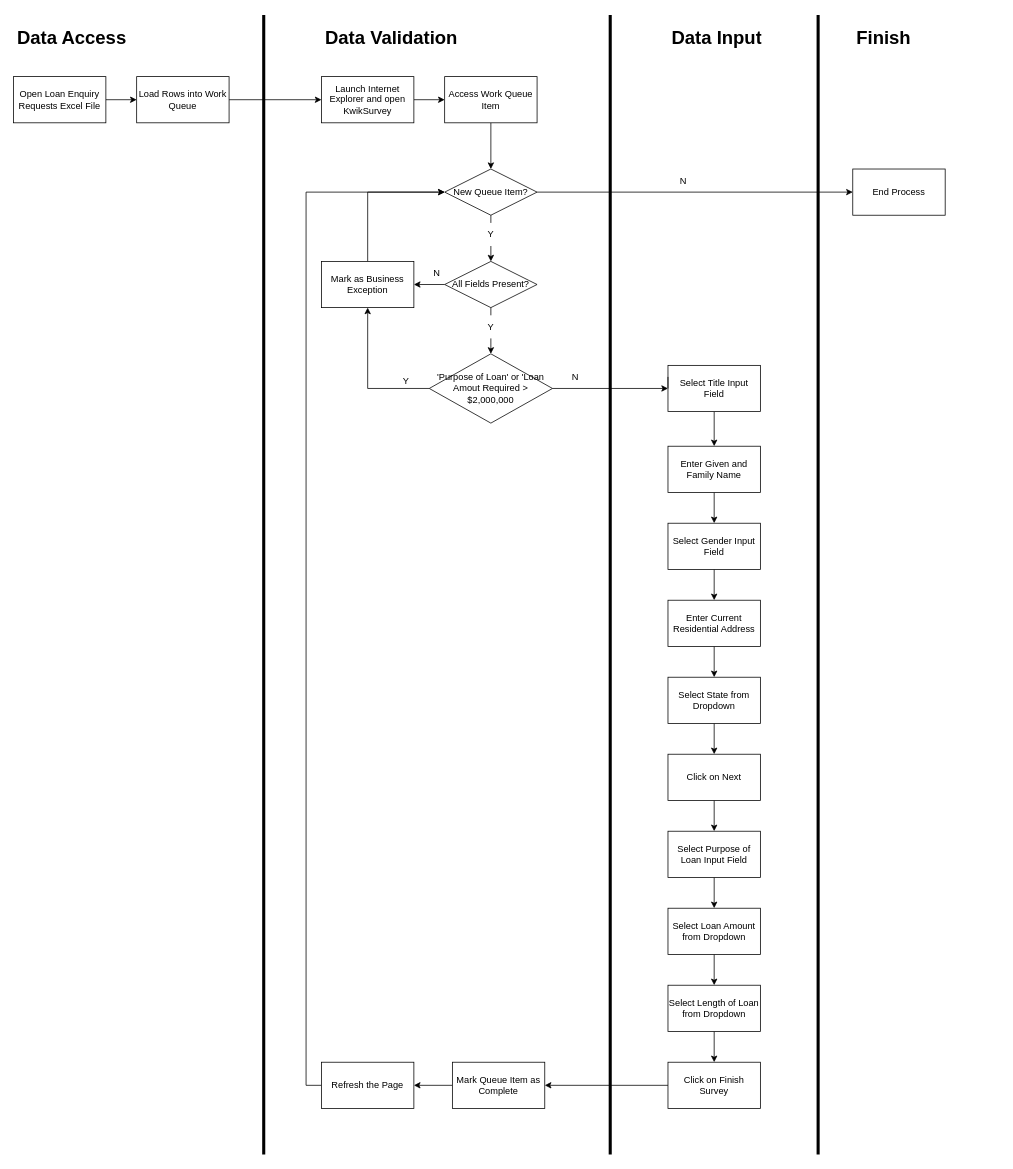
Before: goldward_pdd.drawio in Read-Jake/Read-Jake, a draw.io diagram. Source tidied: cells renumbered, new cells numbered last; positions are measured from the earlier drawing's top-left corner, leaving out a move shared by most shapes. Both pictures are drawn from the tidied source at 77%, with x=0, y=0 at pixel (13, 15).
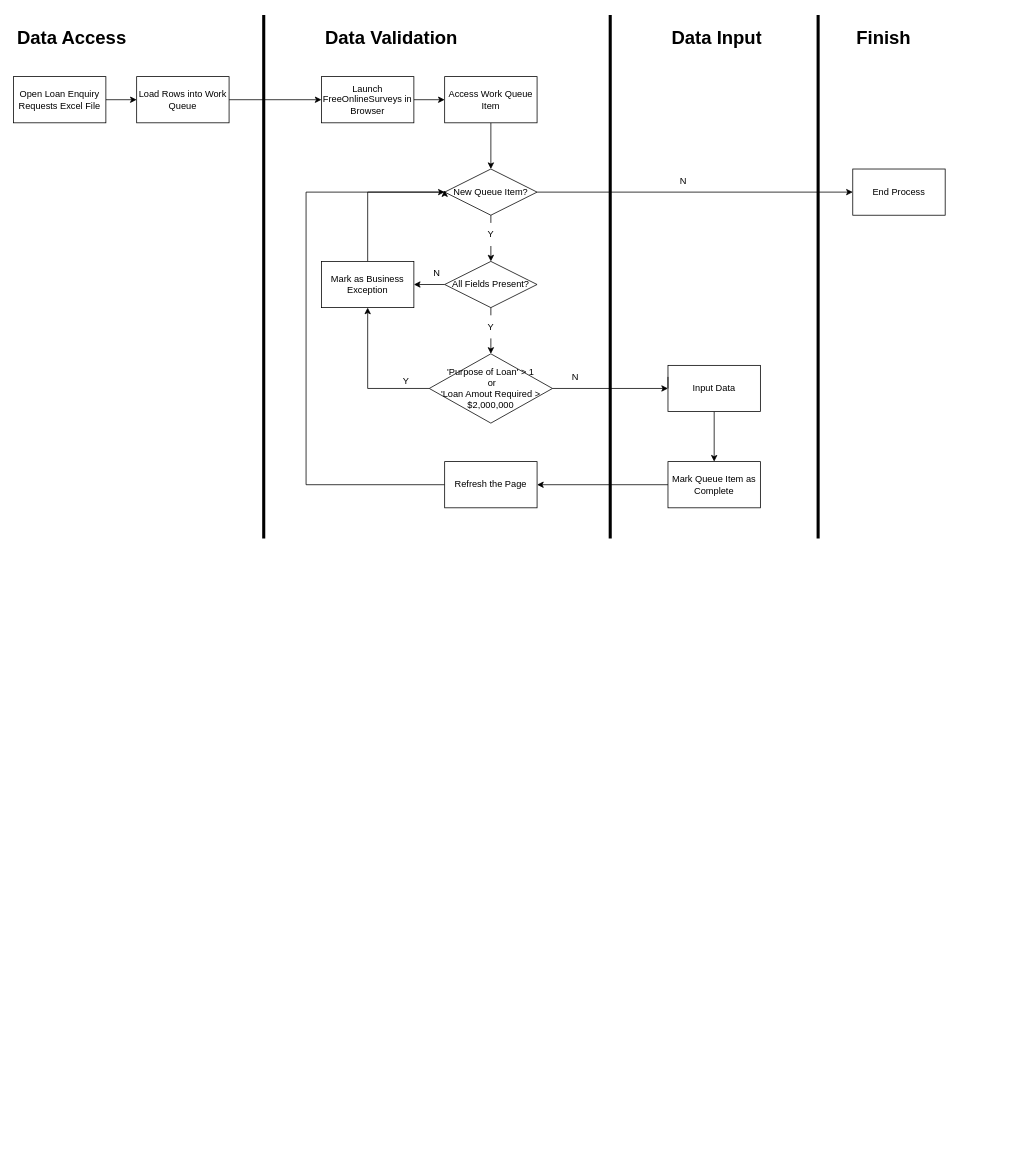
Above is the later version.

Unchanged cells that the change refers to:
```xml
<mxCell id="13" value="New Queue Item?" style="rhombus;whiteSpace=wrap;html=1;" parent="1" vertex="1">
  <mxGeometry x="560" y="200" width="120" height="60" as="geometry" />
</mxCell>
```

Change to the diagram source:
```diff
@@
-    <mxCell id="8" value="Launch Internet Explorer and open KwikSurvey" style="rounded=0;whiteSpace=wrap;html=1;" parent="1" vertex="1">
+    <mxCell id="8" value="Launch FreeOnlineSurveys in Browser" style="rounded=0;whiteSpace=wrap;html=1;" parent="1" vertex="1">
       <mxGeometry x="400" y="80" width="120" height="60" as="geometry" />
     </mxCell>
@@
-    <mxCell id="23" value="'Purpose of Loan' or 'Loan Amout Required &amp;gt; $2,000,000" style="rhombus;whiteSpace=wrap;html=1;" parent="1" vertex="1">
+    <mxCell id="23" value="'Purpose of Loan' &amp;gt; 1&lt;br&gt;&amp;nbsp;or &lt;br&gt;'Loan Amout Required &amp;gt; $2,000,000" style="rhombus;whiteSpace=wrap;html=1;" parent="1" vertex="1">
       <mxGeometry x="540" y="440" width="160" height="90" as="geometry" />
     </mxCell>
@@
-    <mxCell id="26" style="edgeStyle=none;rounded=0;jettySize=auto;html=1;exitX=0.5;exitY=1;exitDx=0;exitDy=0;entryX=0.5;entryY=0;entryDx=0;entryDy=0;" parent="1" edge="1" source="27" target="30">
+    <mxCell id="26" style="edgeStyle=none;rounded=0;jettySize=auto;html=1;exitX=0.5;exitY=1;exitDx=0;exitDy=0;entryX=0.5;entryY=0;entryDx=0;entryDy=0;" parent="1" edge="1" source="27" target="48">
       <mxGeometry relative="1" as="geometry" />
     </mxCell>
-    <mxCell id="27" value="Select Title Input Field" style="rounded=0;whiteSpace=wrap;html=1;" parent="1" vertex="1">
+    <mxCell id="27" value="Input Data" style="rounded=0;whiteSpace=wrap;html=1;" parent="1" vertex="1">
       <mxGeometry x="850" y="455" width="120" height="60" as="geometry" />
     </mxCell>
@@
-    <mxCell id="29" style="edgeStyle=none;rounded=0;jettySize=auto;html=1;exitX=0.5;exitY=1;exitDx=0;exitDy=0;entryX=0.5;entryY=0;entryDx=0;entryDy=0;" parent="1" edge="1" source="30" target="32">
-      <mxGeometry relative="1" as="geometry" />
-    </mxCell>
-    <mxCell id="30" value="Enter Given and Family Name" style="rounded=0;whiteSpace=wrap;html=1;" parent="1" vertex="1">
-      <mxGeometry x="850" y="560" width="120" height="60" as="geometry" />
-    </mxCell>
-    <mxCell id="31" style="edgeStyle=none;rounded=0;jettySize=auto;html=1;exitX=0.5;exitY=1;exitDx=0;exitDy=0;entryX=0.5;entryY=0;entryDx=0;entryDy=0;" parent="1" edge="1" source="32" target="34">
-      <mxGeometry relative="1" as="geometry" />
-    </mxCell>
-    <mxCell id="32" value="Select Gender Input Field" style="rounded=0;whiteSpace=wrap;html=1;" parent="1" vertex="1">
-      <mxGeometry x="850" y="660" width="120" height="60" as="geometry" />
-    </mxCell>
-    <mxCell id="33" style="edgeStyle=none;rounded=0;jettySize=auto;html=1;exitX=0.5;exitY=1;exitDx=0;exitDy=0;entryX=0.5;entryY=0;entryDx=0;entryDy=0;" parent="1" edge="1" source="34" target="36">
-      <mxGeometry relative="1" as="geometry" />
-    </mxCell>
-    <mxCell id="34" value="Enter Current Residential Address" style="rounded=0;whiteSpace=wrap;html=1;" parent="1" vertex="1">
-      <mxGeometry x="850" y="760" width="120" height="60" as="geometry" />
-    </mxCell>
-    <mxCell id="35" style="edgeStyle=none;rounded=0;jettySize=auto;html=1;exitX=0.5;exitY=1;exitDx=0;exitDy=0;entryX=0.5;entryY=0;entryDx=0;entryDy=0;" parent="1" edge="1" source="36" target="46">
-      <mxGeometry relative="1" as="geometry" />
-    </mxCell>
-    <mxCell id="36" value="Select State from Dropdown" style="rounded=0;whiteSpace=wrap;html=1;" parent="1" vertex="1">
-      <mxGeometry x="850" y="860" width="120" height="60" as="geometry" />
-    </mxCell>
-    <mxCell id="37" style="edgeStyle=none;rounded=0;jettySize=auto;html=1;exitX=0.5;exitY=1;exitDx=0;exitDy=0;entryX=0.5;entryY=0;entryDx=0;entryDy=0;" parent="1" edge="1" source="38" target="40">
-      <mxGeometry relative="1" as="geometry" />
-    </mxCell>
-    <mxCell id="38" value="Select Purpose of Loan Input Field" style="rounded=0;whiteSpace=wrap;html=1;" parent="1" vertex="1">
-      <mxGeometry x="850" y="1060" width="120" height="60" as="geometry" />
-    </mxCell>
-    <mxCell id="39" style="edgeStyle=none;rounded=0;jettySize=auto;html=1;exitX=0.5;exitY=1;exitDx=0;exitDy=0;entryX=0.5;entryY=0;entryDx=0;entryDy=0;" parent="1" edge="1" source="40" target="42">
-      <mxGeometry relative="1" as="geometry" />
-    </mxCell>
-    <mxCell id="40" value="Select Loan Amount from Dropdown" style="rounded=0;whiteSpace=wrap;html=1;" parent="1" vertex="1">
-      <mxGeometry x="850" y="1160" width="120" height="60" as="geometry" />
-    </mxCell>
-    <mxCell id="41" style="edgeStyle=none;rounded=0;jettySize=auto;html=1;exitX=0.5;exitY=1;exitDx=0;exitDy=0;entryX=0.5;entryY=0;entryDx=0;entryDy=0;" parent="1" edge="1" source="42" target="44">
-      <mxGeometry relative="1" as="geometry" />
-    </mxCell>
-    <mxCell id="42" value="&lt;span style=&quot;&quot;&gt;Select Length of Loan from Dropdown&lt;/span&gt;" style="rounded=0;whiteSpace=wrap;html=1;" parent="1" vertex="1">
-      <mxGeometry x="850" y="1260" width="120" height="60" as="geometry" />
-    </mxCell>
-    <mxCell id="43" style="edgeStyle=none;rounded=0;jettySize=auto;html=1;exitX=0;exitY=0.5;exitDx=0;exitDy=0;entryX=1;entryY=0.5;entryDx=0;entryDy=0;" parent="1" edge="1" source="44" target="48">
-      <mxGeometry relative="1" as="geometry" />
-    </mxCell>
-    <mxCell id="44" value="Click on Finish Survey" style="rounded=0;whiteSpace=wrap;html=1;" parent="1" vertex="1">
-      <mxGeometry x="850" y="1360" width="120" height="60" as="geometry" />
-    </mxCell>
-    <mxCell id="45" style="edgeStyle=none;rounded=0;jettySize=auto;html=1;exitX=0.5;exitY=1;exitDx=0;exitDy=0;entryX=0.5;entryY=0;entryDx=0;entryDy=0;" parent="1" edge="1" source="46" target="38">
-      <mxGeometry relative="1" as="geometry" />
-    </mxCell>
-    <mxCell id="46" value="Click on Next" style="rounded=0;whiteSpace=wrap;html=1;" parent="1" vertex="1">
-      <mxGeometry x="850" y="960" width="120" height="60" as="geometry" />
-    </mxCell>
@@
     <mxCell id="48" value="Mark Queue Item as Complete" style="rounded=0;whiteSpace=wrap;html=1;" parent="1" vertex="1">
-      <mxGeometry x="570" y="1360" width="120" height="60" as="geometry" />
+      <mxGeometry x="850" y="580" width="120" height="60" as="geometry" />
     </mxCell>
-    <mxCell id="49" style="edgeStyle=orthogonalEdgeStyle;rounded=0;jettySize=auto;html=1;exitX=0;exitY=0.5;exitDx=0;exitDy=0;entryX=0;entryY=0.5;entryDx=0;entryDy=0;" parent="1" edge="1" source="50" target="13">
-      <mxGeometry relative="1" as="geometry">
-        <Array as="points">
-          <mxPoint x="380" y="1390" />
-          <mxPoint x="380" y="230" />
-        </Array>
-      </mxGeometry>
-    </mxCell>
+    <mxCell id="62" style="edgeStyle=orthogonalEdgeStyle;rounded=0;jettySize=auto;html=1;exitX=0;exitY=0.5;exitDx=0;exitDy=0;" parent="1" edge="1" source="50">
+      <mxGeometry relative="1" as="geometry">
+        <mxPoint x="560" y="227.6" as="targetPoint" />
+        <Array as="points">
+          <mxPoint x="380" y="610" />
+          <mxPoint x="380" y="230" />
+          <mxPoint x="560" y="230" />
+        </Array>
+      </mxGeometry>
+    </mxCell>
     <mxCell id="50" value="Refresh the Page" style="rounded=0;whiteSpace=wrap;html=1;" parent="1" vertex="1">
-      <mxGeometry x="400" y="1360" width="120" height="60" as="geometry" />
+      <mxGeometry x="560" y="580" width="120" height="60" as="geometry" />
     </mxCell>
@@
     <mxCell id="58" style="line;strokeWidth=4;direction=south;html=1;perimeter=backbonePerimeter;labelBackgroundColor=#99FFFF;" parent="1" vertex="1">
-      <mxGeometry x="320" width="10" height="1480" as="geometry" />
+      <mxGeometry x="320" width="10" height="680" as="geometry" />
     </mxCell>
     <mxCell id="59" style="line;strokeWidth=4;direction=south;html=1;perimeter=backbonePerimeter;labelBackgroundColor=#99FFFF;" parent="1" vertex="1">
-      <mxGeometry x="770" width="10" height="1480" as="geometry" />
+      <mxGeometry x="770" width="10" height="680" as="geometry" />
     </mxCell>
@@
     <mxCell id="61" style="line;strokeWidth=4;direction=south;html=1;perimeter=backbonePerimeter;labelBackgroundColor=none;" parent="1" vertex="1">
-      <mxGeometry x="1040" width="10" height="1480" as="geometry" />
+      <mxGeometry x="1040" width="10" height="680" as="geometry" />
     </mxCell>
```
